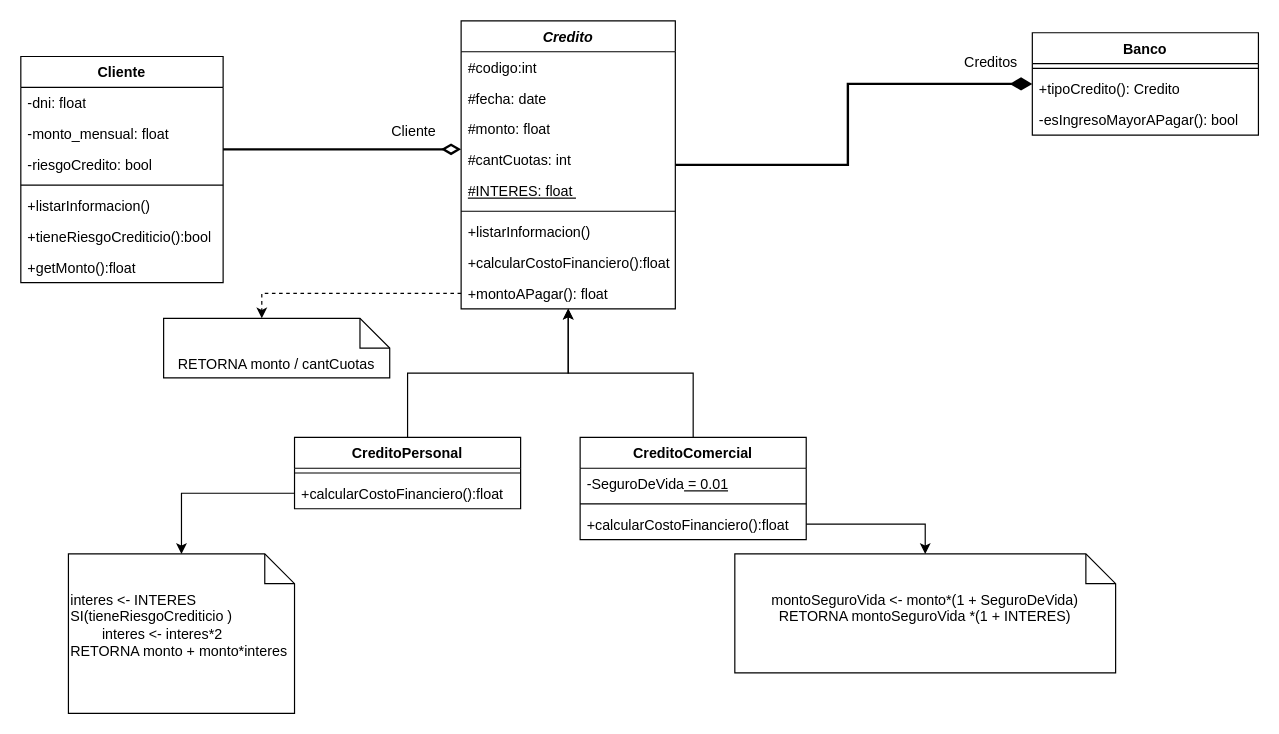
Before: Tp9/ejercicio4/punto3.drawio in Cesar24-orellana/Paradigma-de-programacion, a draw.io diagram. Source tidied: cells renumbered, new cells numbered last; positions are measured from the earlier drawing's top-left corner, leaving out a move shared by most shapes. Both pictures are drawn from the tidied source at 119%, with x=0, y=0 at pixel (20, 20).
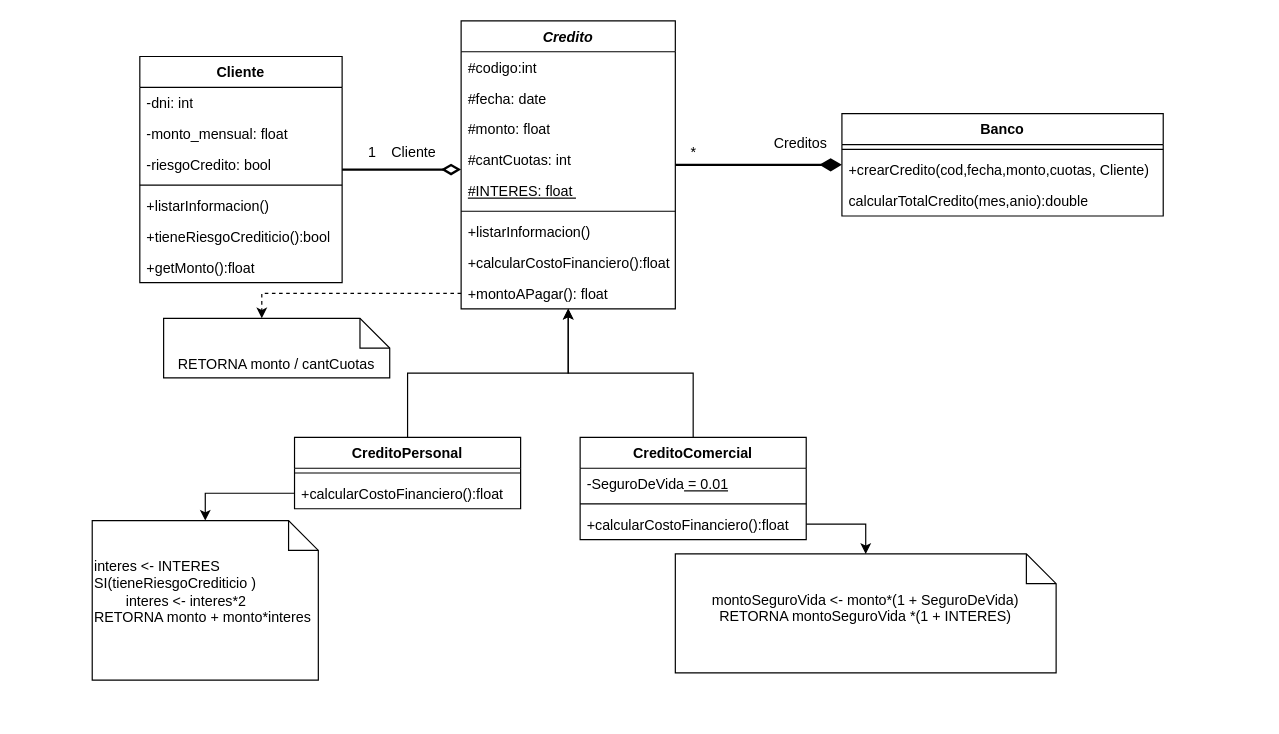
Above is the later version.

The edit, as a diff of the source:
```diff
@@
     <mxCell id="3" value="Cliente" style="swimlane;fontStyle=1;align=center;verticalAlign=top;horizontal=1;startSize=26;whiteSpace=wrap;html=1;" parent="1" vertex="1">
-      <mxGeometry y="30" width="170" height="190" as="geometry" />
+      <mxGeometry x="100" y="30" width="170" height="190" as="geometry" />
     </mxCell>
-    <mxCell id="4" value="-dni: float" style="text;strokeColor=none;fillColor=none;align=left;verticalAlign=top;spacingLeft=4;spacingRight=4;overflow=hidden;whiteSpace=wrap;html=1;" parent="3" vertex="1">
+    <mxCell id="4" value="-dni: int" style="text;strokeColor=none;fillColor=none;align=left;verticalAlign=top;spacingLeft=4;spacingRight=4;overflow=hidden;whiteSpace=wrap;html=1;" parent="3" vertex="1">
       <mxGeometry y="26" width="170" height="26" as="geometry" />
     </mxCell>
@@
     <mxCell id="31" value="Banco" style="swimlane;fontStyle=1;align=center;verticalAlign=top;horizontal=1;startSize=26;whiteSpace=wrap;html=1;" parent="1" vertex="1">
-      <mxGeometry x="850" y="10" width="190" height="86" as="geometry" />
+      <mxGeometry x="690" y="78" width="270" height="86" as="geometry" />
     </mxCell>
     <mxCell id="32" style="line;strokeWidth=1;fillColor=none;align=left;verticalAlign=middle;spacingTop=-1;spacingLeft=3;spacingRight=3;labelPosition=right;strokeColor=inherit;" parent="31" vertex="1">
-      <mxGeometry y="26" width="190" height="8" as="geometry" />
+      <mxGeometry y="26" width="270" height="8" as="geometry" />
     </mxCell>
-    <mxCell id="33" value="+tipoCredito(): Credito" style="text;strokeColor=none;fillColor=none;align=left;verticalAlign=top;spacingLeft=4;spacingRight=4;overflow=hidden;whiteSpace=wrap;html=1;" parent="31" vertex="1">
-      <mxGeometry y="34" width="190" height="26" as="geometry" />
+    <mxCell id="33" value="+crearCredito(cod,fecha,monto,cuotas, Cliente)" style="text;strokeColor=none;fillColor=none;align=left;verticalAlign=top;spacingLeft=4;spacingRight=4;overflow=hidden;whiteSpace=wrap;html=1;" parent="31" vertex="1">
+      <mxGeometry y="34" width="270" height="26" as="geometry" />
     </mxCell>
-    <mxCell id="34" value="-esIngresoMayorAPagar(): bool" style="text;strokeColor=none;fillColor=none;align=left;verticalAlign=top;spacingLeft=4;spacingRight=4;overflow=hidden;whiteSpace=wrap;html=1;" parent="31" vertex="1">
-      <mxGeometry y="60" width="190" height="26" as="geometry" />
+    <mxCell id="34" value="calcularTotalCredito(mes,anio):double" style="text;strokeColor=none;fillColor=none;align=left;verticalAlign=top;spacingLeft=4;spacingRight=4;overflow=hidden;whiteSpace=wrap;html=1;" parent="31" vertex="1">
+      <mxGeometry y="60" width="270" height="26" as="geometry" />
     </mxCell>
     <mxCell id="35" value="Creditos" style="text;html=1;align=center;verticalAlign=middle;strokeColor=none;fillColor=none;" parent="1" vertex="1">
-      <mxGeometry x="780" y="20" width="70" height="30" as="geometry" />
+      <mxGeometry x="620" y="88" width="70" height="30" as="geometry" />
     </mxCell>
     <mxCell id="36" value="Cliente" style="text;html=1;align=center;verticalAlign=middle;strokeColor=none;fillColor=none;" parent="1" vertex="1">
-      <mxGeometry x="300" y="78" width="60" height="30" as="geometry" />
+      <mxGeometry x="300" y="96" width="60" height="30" as="geometry" />
     </mxCell>
@@
     <mxCell id="39" value="&lt;div&gt;montoSeguroVida &amp;lt;- monto*(1 + SeguroDeVida)&lt;/div&gt;RETORNA montoSeguroVida *(1 + INTERES)" style="shape=note2;boundedLbl=1;whiteSpace=wrap;html=1;size=25;verticalAlign=top;align=center;" parent="1" vertex="1">
-      <mxGeometry x="600" y="448" width="320" height="100" as="geometry" />
+      <mxGeometry x="550" y="448" width="320" height="100" as="geometry" />
     </mxCell>
     <mxCell id="40" value="&lt;div&gt;interes &amp;lt;- INTERES&lt;/div&gt;&lt;div&gt;SI(tieneRiesgoCrediticio )&lt;/div&gt;&lt;div&gt;&lt;span style=&quot;white-space: pre;&quot;&gt;&#9;&lt;/span&gt;interes &amp;lt;- interes*2&lt;/div&gt;&lt;div&gt;RETORNA monto + monto*interes&lt;/div&gt;" style="shape=note2;boundedLbl=1;whiteSpace=wrap;html=1;size=25;verticalAlign=top;align=left;" parent="1" vertex="1">
-      <mxGeometry x="40" y="448" width="190" height="134" as="geometry" />
+      <mxGeometry x="60" y="420" width="190" height="134" as="geometry" />
     </mxCell>
@@
+    <mxCell id="43" value="1" style="text;html=1;align=center;verticalAlign=middle;strokeColor=none;fillColor=none;" parent="1" vertex="1">
+      <mxGeometry x="280" y="96" width="30" height="30" as="geometry" />
+    </mxCell>
+    <mxCell id="44" value="*" style="text;html=1;align=center;verticalAlign=middle;strokeColor=none;fillColor=none;" parent="1" vertex="1">
+      <mxGeometry x="550" y="96" width="30" height="30" as="geometry" />
+    </mxCell>
```
